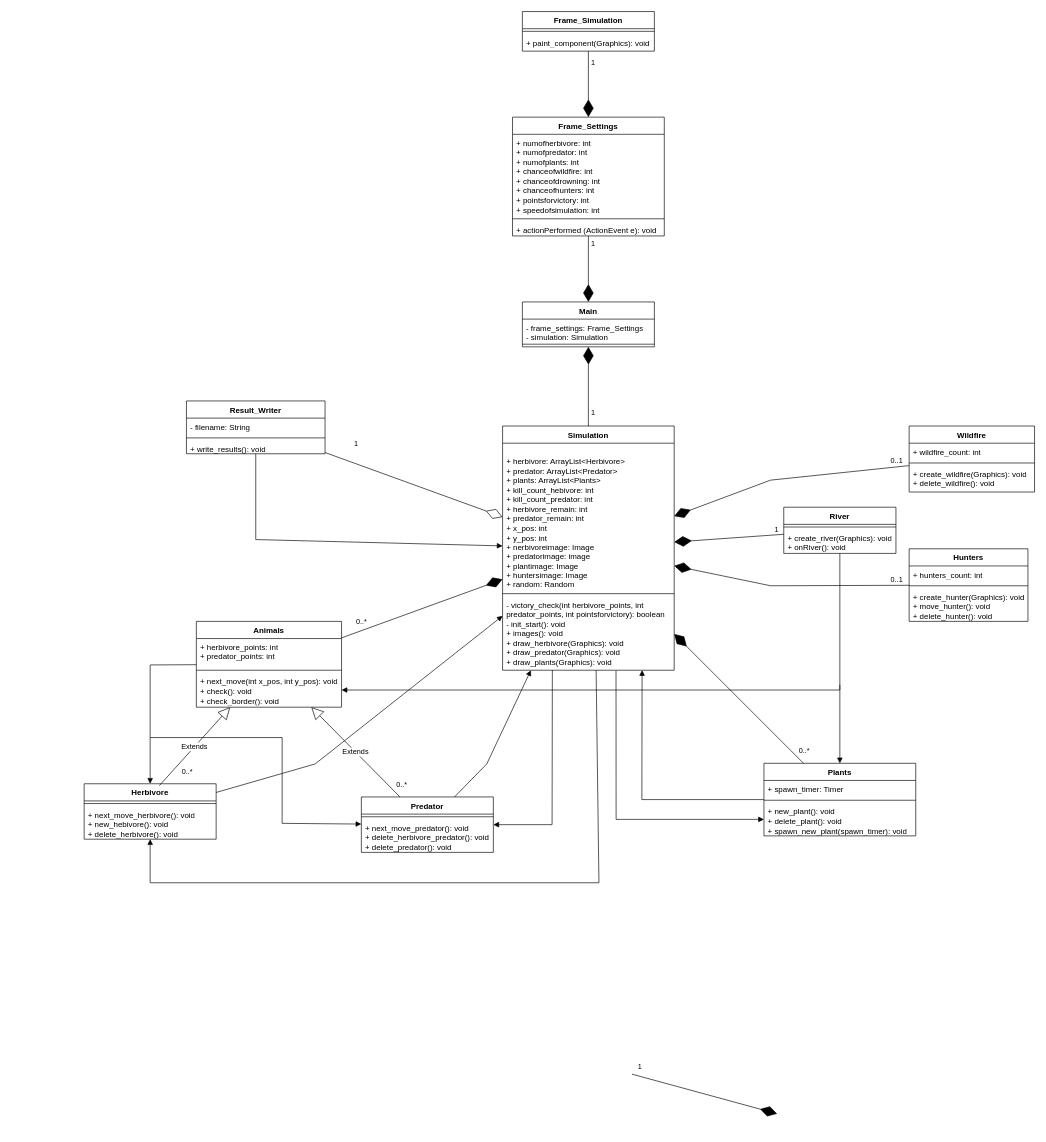
Before: diagrams/ClassDiagram.drawio.xml in Vasiluke06/LaSimulation, a draw.io diagram. Source tidied: cells renumbered, new cells numbered last; positions are measured from the earlier drawing's top-left corner, leaving out a move shared by most shapes. Both pictures are drawn from the tidied source at 66%, with x=0, y=0 at pixel (84, 11).
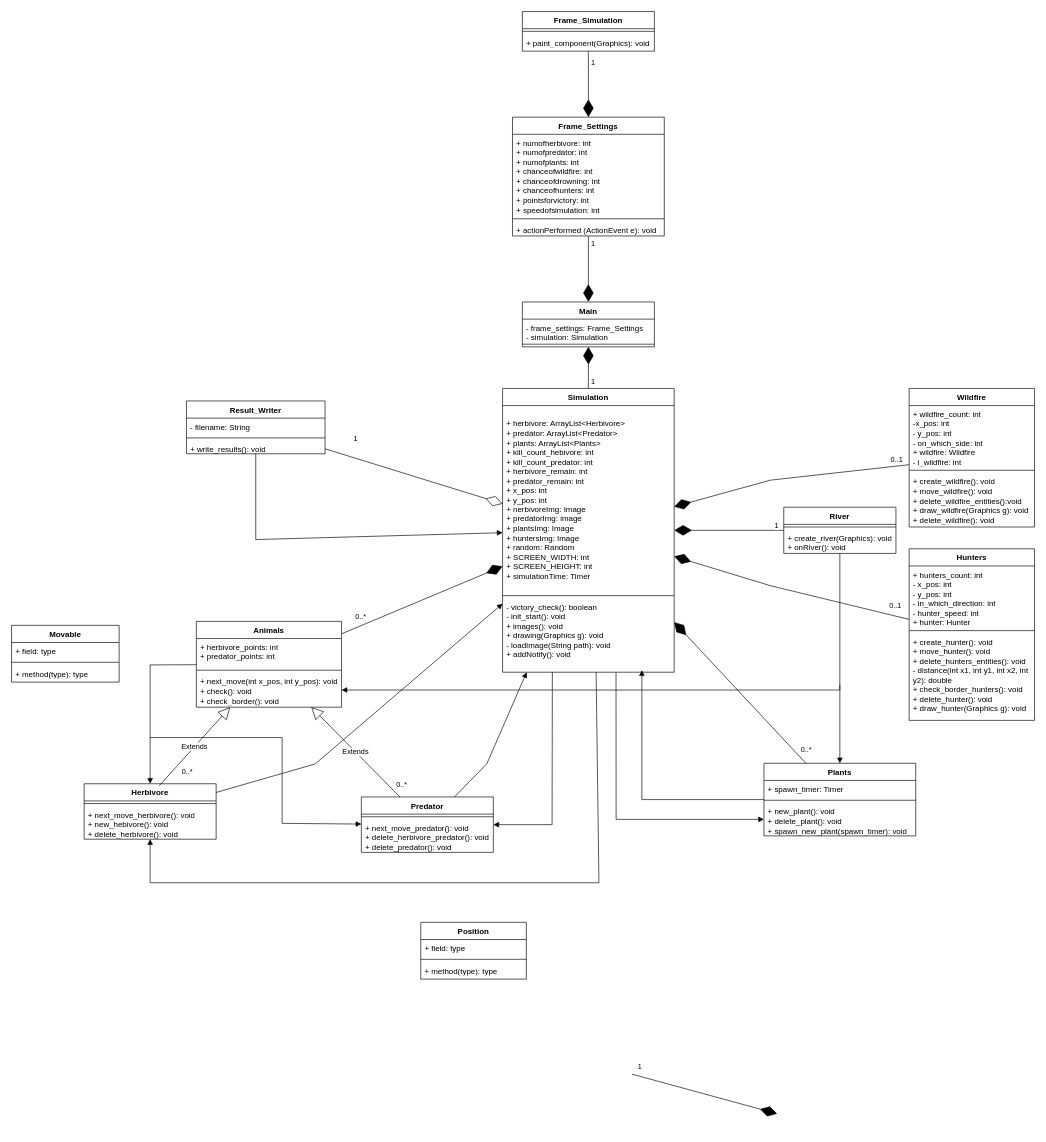
After the change.

Unchanged cells that the change refers to:
```xml
<mxCell id="19" value="+ next_move(int x_pos, int y_pos): void&lt;div&gt;+ check(): void&lt;/div&gt;&lt;div&gt;+ check_border(): void&lt;/div&gt;" style="text;strokeColor=none;fillColor=none;align=left;verticalAlign=top;spacingLeft=4;spacingRight=4;overflow=hidden;points=[[0,0.5],[1,0.5]];portConstraint=eastwest;whiteSpace=wrap;html=1;" parent="16" vertex="1">
  <mxGeometry y="78" width="220" height="52" as="geometry" />
</mxCell>
<mxCell id="42" value="River" style="swimlane;fontStyle=1;align=center;verticalAlign=top;horizontal=1;startSize=26;whiteSpace=wrap;html=1;" parent="1" vertex="1">
  <mxGeometry x="1060" y="751" width="170" height="70" as="geometry" />
</mxCell>
<mxCell id="49" value="Plants" style="swimlane;fontStyle=1;align=center;verticalAlign=top;horizontal=1;startSize=26;whiteSpace=wrap;html=1;" parent="1" vertex="1">
  <mxGeometry x="1030" y="1139" width="230" height="110" as="geometry" />
</mxCell>
```

Change to the diagram source:
```diff
@@
     <mxCell id="26" value="Simulation" style="swimlane;fontStyle=1;align=center;verticalAlign=top;horizontal=1;startSize=26;whiteSpace=wrap;html=1;" parent="1" vertex="1">
-      <mxGeometry x="634" y="628" width="260" height="370" as="geometry" />
+      <mxGeometry x="634" y="571" width="260" height="430" as="geometry" />
     </mxCell>
-    <mxCell id="27" value="&lt;div&gt;&lt;br&gt;&lt;/div&gt;&lt;div&gt;+ herbivore: ArrayList&amp;lt;Herbivore&amp;gt;&lt;/div&gt;&lt;div&gt;+ predator: ArrayList&amp;lt;Predator&amp;gt;&lt;/div&gt;&lt;div&gt;+ plants: ArrayList&amp;lt;Plants&amp;gt;&lt;/div&gt;&lt;div&gt;+ kill_count_hebivore: int&lt;/div&gt;&lt;div&gt;+ kill_count_predator: int&lt;/div&gt;&lt;div&gt;+ herbivore_remain: int&lt;/div&gt;&lt;div&gt;+ predator_remain: int&amp;nbsp;&lt;/div&gt;&lt;div&gt;+ x_pos: int&lt;/div&gt;&lt;div&gt;+ y_pos: int&lt;/div&gt;&lt;div&gt;+ nerbivoreimage: Image&lt;/div&gt;&lt;div&gt;+ predatorimage: image&lt;/div&gt;&lt;div&gt;+ plantimage: Image&lt;/div&gt;&lt;div&gt;+ huntersimage: Image&lt;/div&gt;&lt;div&gt;+ random: Random&lt;/div&gt;" style="text;strokeColor=none;fillColor=none;align=left;verticalAlign=top;spacingLeft=4;spacingRight=4;overflow=hidden;whiteSpace=wrap;html=1;" parent="26" vertex="1">
-      <mxGeometry y="26" width="260" height="224" as="geometry" />
+    <mxCell id="27" value="&lt;div&gt;&lt;br&gt;&lt;/div&gt;&lt;div&gt;+ herbivore: ArrayList&amp;lt;Herbivore&amp;gt;&lt;/div&gt;&lt;div&gt;+ predator: ArrayList&amp;lt;Predator&amp;gt;&lt;/div&gt;&lt;div&gt;+ plants: ArrayList&amp;lt;Plants&amp;gt;&lt;/div&gt;&lt;div&gt;+ kill_count_hebivore: int&lt;/div&gt;&lt;div&gt;+ kill_count_predator: int&lt;/div&gt;&lt;div&gt;+ herbivore_remain: int&lt;/div&gt;&lt;div&gt;+ predator_remain: int&amp;nbsp;&lt;/div&gt;&lt;div&gt;+ x_pos: int&lt;/div&gt;&lt;div&gt;+ y_pos: int&lt;/div&gt;&lt;div&gt;+ nerbivoreImg: Image&lt;/div&gt;&lt;div&gt;+ predatorImg: image&lt;/div&gt;&lt;div&gt;+ plantsImg: Image&lt;/div&gt;&lt;div&gt;+ huntersImg: Image&lt;/div&gt;&lt;div&gt;+ random: Random&lt;/div&gt;&lt;div&gt;+ SCREEN_WIDTH: int&lt;/div&gt;&lt;div&gt;+ SCREEN_HEIGHT: int&lt;/div&gt;&lt;div&gt;+ simulationTime: Timer&lt;/div&gt;" style="text;strokeColor=none;fillColor=none;align=left;verticalAlign=top;spacingLeft=4;spacingRight=4;overflow=hidden;whiteSpace=wrap;html=1;" parent="26" vertex="1">
+      <mxGeometry y="26" width="260" height="284" as="geometry" />
     </mxCell>
     <mxCell id="28" style="line;strokeWidth=1;fillColor=none;align=left;verticalAlign=middle;spacingTop=-1;spacingLeft=3;spacingRight=3;labelPosition=right;strokeColor=inherit;" parent="26" vertex="1">
-      <mxGeometry y="250" width="260" height="8" as="geometry" />
+      <mxGeometry y="310" width="260" height="8" as="geometry" />
     </mxCell>
-    <mxCell id="29" value="&lt;div&gt;- victory_check(int herbivore_points, int predator_points, int pointsforvictory): boolean&lt;/div&gt;&lt;div&gt;- init_start(): void&lt;/div&gt;&lt;div&gt;+ images(): void&lt;/div&gt;&lt;div&gt;+ draw_herbivore(Graphics): void&lt;/div&gt;&lt;div&gt;+ draw_predator(Graphics): void&lt;/div&gt;&lt;div&gt;+ draw_plants(Graphics): void&lt;/div&gt;" style="text;strokeColor=none;fillColor=none;align=left;verticalAlign=top;spacingLeft=4;spacingRight=4;overflow=hidden;points=[[0,0.5],[1,0.5]];portConstraint=eastwest;whiteSpace=wrap;html=1;" parent="26" vertex="1">
-      <mxGeometry y="258" width="260" height="112" as="geometry" />
+    <mxCell id="29" value="&lt;div&gt;- victory_check(): boolean&lt;/div&gt;&lt;div&gt;- init_start(): void&lt;/div&gt;&lt;div&gt;+ images(): void&lt;/div&gt;&lt;div&gt;+ drawing(Graphics g): void&lt;/div&gt;&lt;div&gt;- loadImage(String path): void&lt;/div&gt;&lt;div&gt;+ addNotify(): void&lt;/div&gt;" style="text;strokeColor=none;fillColor=none;align=left;verticalAlign=top;spacingLeft=4;spacingRight=4;overflow=hidden;points=[[0,0.5],[1,0.5]];portConstraint=eastwest;whiteSpace=wrap;html=1;" parent="26" vertex="1">
+      <mxGeometry y="318" width="260" height="112" as="geometry" />
     </mxCell>
@@
     <mxCell id="38" value="Wildfire" style="swimlane;fontStyle=1;align=center;verticalAlign=top;horizontal=1;startSize=26;whiteSpace=wrap;html=1;" parent="1" vertex="1">
-      <mxGeometry x="1250" y="628" width="190" height="100" as="geometry" />
+      <mxGeometry x="1250" y="571" width="190" height="210" as="geometry" />
     </mxCell>
-    <mxCell id="39" value="+ wildfire_count: int" style="text;strokeColor=none;fillColor=none;align=left;verticalAlign=top;spacingLeft=4;spacingRight=4;overflow=hidden;whiteSpace=wrap;html=1;" parent="38" vertex="1">
-      <mxGeometry y="26" width="190" height="26" as="geometry" />
+    <mxCell id="39" value="+ wildfire_count: int&lt;div&gt;-x_pos: int&lt;/div&gt;&lt;div&gt;- y_pos: int&lt;/div&gt;&lt;div&gt;- on_which_side: int&lt;/div&gt;&lt;div&gt;+ wildfire: Wildfire&lt;/div&gt;&lt;div&gt;- i_wildfire: int&lt;/div&gt;" style="text;strokeColor=none;fillColor=none;align=left;verticalAlign=top;spacingLeft=4;spacingRight=4;overflow=hidden;whiteSpace=wrap;html=1;" parent="38" vertex="1">
+      <mxGeometry y="26" width="190" height="94" as="geometry" />
     </mxCell>
     <mxCell id="40" style="line;strokeWidth=1;fillColor=none;align=left;verticalAlign=middle;spacingTop=-1;spacingLeft=3;spacingRight=3;labelPosition=right;strokeColor=inherit;" parent="38" vertex="1">
-      <mxGeometry y="52" width="190" height="8" as="geometry" />
+      <mxGeometry y="120" width="190" height="8" as="geometry" />
     </mxCell>
-    <mxCell id="41" value="+ create_wildfire(Graphics): void&lt;div&gt;+ delete_wildfire(): void&lt;/div&gt;" style="text;strokeColor=none;fillColor=none;align=left;verticalAlign=top;spacingLeft=4;spacingRight=4;overflow=hidden;whiteSpace=wrap;html=1;" parent="38" vertex="1">
-      <mxGeometry y="60" width="190" height="40" as="geometry" />
+    <mxCell id="41" value="+ create_wildfire(): void&lt;div&gt;+ move_wildfire(): void&lt;/div&gt;&lt;div&gt;+ delete_wildfire_entities():void&lt;/div&gt;&lt;div&gt;+ draw_wildfire(Graphics g): void&lt;/div&gt;&lt;div&gt;&lt;div&gt;+ delete_wildfire(): void&lt;/div&gt;&lt;/div&gt;" style="text;strokeColor=none;fillColor=none;align=left;verticalAlign=top;spacingLeft=4;spacingRight=4;overflow=hidden;whiteSpace=wrap;html=1;" parent="38" vertex="1">
+      <mxGeometry y="128" width="190" height="82" as="geometry" />
     </mxCell>
@@
     <mxCell id="45" value="Hunters" style="swimlane;fontStyle=1;align=center;verticalAlign=top;horizontal=1;startSize=26;whiteSpace=wrap;html=1;" parent="1" vertex="1">
-      <mxGeometry x="1250" y="814" width="180" height="110" as="geometry" />
+      <mxGeometry x="1250" y="814" width="190" height="260" as="geometry" />
     </mxCell>
-    <mxCell id="46" value="+ hunters_count: int" style="text;strokeColor=none;fillColor=none;align=left;verticalAlign=top;spacingLeft=4;spacingRight=4;overflow=hidden;whiteSpace=wrap;html=1;" parent="45" vertex="1">
-      <mxGeometry y="26" width="180" height="26" as="geometry" />
+    <mxCell id="46" value="+ hunters_count: int&lt;div&gt;- x_pos: int&lt;/div&gt;&lt;div&gt;- y_pos: int&lt;/div&gt;&lt;div&gt;- in_which_direction: int&lt;/div&gt;&lt;div&gt;- hunter_speed: int&lt;/div&gt;&lt;div&gt;+ hunter: Hunter&lt;/div&gt;" style="text;strokeColor=none;fillColor=none;align=left;verticalAlign=top;spacingLeft=4;spacingRight=4;overflow=hidden;whiteSpace=wrap;html=1;" parent="45" vertex="1">
+      <mxGeometry y="26" width="190" height="94" as="geometry" />
     </mxCell>
     <mxCell id="47" style="line;strokeWidth=1;fillColor=none;align=left;verticalAlign=middle;spacingTop=-1;spacingLeft=3;spacingRight=3;labelPosition=right;strokeColor=inherit;" parent="45" vertex="1">
-      <mxGeometry y="52" width="180" height="8" as="geometry" />
+      <mxGeometry y="120" width="190" height="8" as="geometry" />
     </mxCell>
-    <mxCell id="48" value="+ create_hunter(Graphics): void&lt;div&gt;+ move_hunter(): void&lt;/div&gt;&lt;div&gt;+ delete_hunter(): void&lt;/div&gt;" style="text;strokeColor=none;fillColor=none;align=left;verticalAlign=top;spacingLeft=4;spacingRight=4;overflow=hidden;whiteSpace=wrap;html=1;" parent="45" vertex="1">
-      <mxGeometry y="60" width="180" height="50" as="geometry" />
+    <mxCell id="48" value="+ create_hunter(): void&lt;div&gt;+ move_hunter(): void&amp;nbsp;&lt;/div&gt;&lt;div&gt;+ delete_hunters_entities(): void&lt;/div&gt;&lt;div&gt;- distance(int x1, int y1, int x2, int y2): double&lt;/div&gt;&lt;div&gt;+ check_border_hunters(): void&lt;/div&gt;&lt;div&gt;+ delete_hunter(): void&lt;/div&gt;&lt;div&gt;+ draw_hunter(Graphics g): void&lt;/div&gt;" style="text;strokeColor=none;fillColor=none;align=left;verticalAlign=top;spacingLeft=4;spacingRight=4;overflow=hidden;whiteSpace=wrap;html=1;" parent="45" vertex="1">
+      <mxGeometry y="128" width="190" height="132" as="geometry" />
     </mxCell>
@@
     <mxCell id="68" style="html=1;verticalAlign=bottom;endArrow=block;curved=0;rounded=0;entryX=1;entryY=0.5;entryDx=0;entryDy=0;" parent="1" edge="1" source="42" target="19">
       <mxGeometry x="-0.69" relative="1" as="geometry">
         <Array as="points">
           <mxPoint x="1145" y="1028" />
+          <mxPoint x="760" y="1028" />
         </Array>
       </mxGeometry>
     </mxCell>
-    <mxCell id="69" style="html=1;verticalAlign=bottom;endArrow=block;curved=0;rounded=0;entryX=0.813;entryY=0.998;entryDx=0;entryDy=0;entryPerimeter=0;" parent="1" edge="1" source="49" target="29">
+    <mxCell id="69" style="html=1;verticalAlign=bottom;endArrow=block;curved=0;rounded=0;" parent="1" edge="1" source="49">
       <mxGeometry x="-0.27" y="-4" relative="1" as="geometry">
+        <mxPoint x="845" y="998" as="targetPoint" />
         <Array as="points">
           <mxPoint x="845" y="1194" />
         </Array>
       </mxGeometry>
     </mxCell>
@@
+    <mxCell id="80" value="Position" style="swimlane;fontStyle=1;align=center;verticalAlign=top;horizontal=1;startSize=26;whiteSpace=wrap;html=1;" parent="1" vertex="1">
+      <mxGeometry x="510" y="1380" width="160" height="86" as="geometry" />
+    </mxCell>
+    <mxCell id="81" value="+ field: type" style="text;strokeColor=none;fillColor=none;align=left;verticalAlign=top;spacingLeft=4;spacingRight=4;overflow=hidden;whiteSpace=wrap;html=1;" parent="80" vertex="1">
+      <mxGeometry y="26" width="160" height="26" as="geometry" />
+    </mxCell>
+    <mxCell id="82" style="line;strokeWidth=1;fillColor=none;align=left;verticalAlign=middle;spacingTop=-1;spacingLeft=3;spacingRight=3;labelPosition=right;strokeColor=inherit;" parent="80" vertex="1">
+      <mxGeometry y="52" width="160" height="8" as="geometry" />
+    </mxCell>
+    <mxCell id="83" value="+ method(type): type" style="text;strokeColor=none;fillColor=none;align=left;verticalAlign=top;spacingLeft=4;spacingRight=4;overflow=hidden;whiteSpace=wrap;html=1;" parent="80" vertex="1">
+      <mxGeometry y="60" width="160" height="26" as="geometry" />
+    </mxCell>
+    <mxCell id="84" value="Movable" style="swimlane;fontStyle=1;align=center;verticalAlign=top;horizontal=1;startSize=26;whiteSpace=wrap;html=1;" parent="1" vertex="1">
+      <mxGeometry x="-110" y="930" width="163" height="86" as="geometry" />
+    </mxCell>
+    <mxCell id="85" value="+ field: type" style="text;strokeColor=none;fillColor=none;align=left;verticalAlign=top;spacingLeft=4;spacingRight=4;overflow=hidden;whiteSpace=wrap;html=1;" parent="84" vertex="1">
+      <mxGeometry y="26" width="163" height="26" as="geometry" />
+    </mxCell>
+    <mxCell id="86" style="line;strokeWidth=1;fillColor=none;align=left;verticalAlign=middle;spacingTop=-1;spacingLeft=3;spacingRight=3;labelPosition=right;strokeColor=inherit;" parent="84" vertex="1">
+      <mxGeometry y="52" width="163" height="8" as="geometry" />
+    </mxCell>
+    <mxCell id="87" value="+ method(type): type" style="text;strokeColor=none;fillColor=none;align=left;verticalAlign=top;spacingLeft=4;spacingRight=4;overflow=hidden;whiteSpace=wrap;html=1;" parent="84" vertex="1">
+      <mxGeometry y="60" width="163" height="26" as="geometry" />
+    </mxCell>
```
